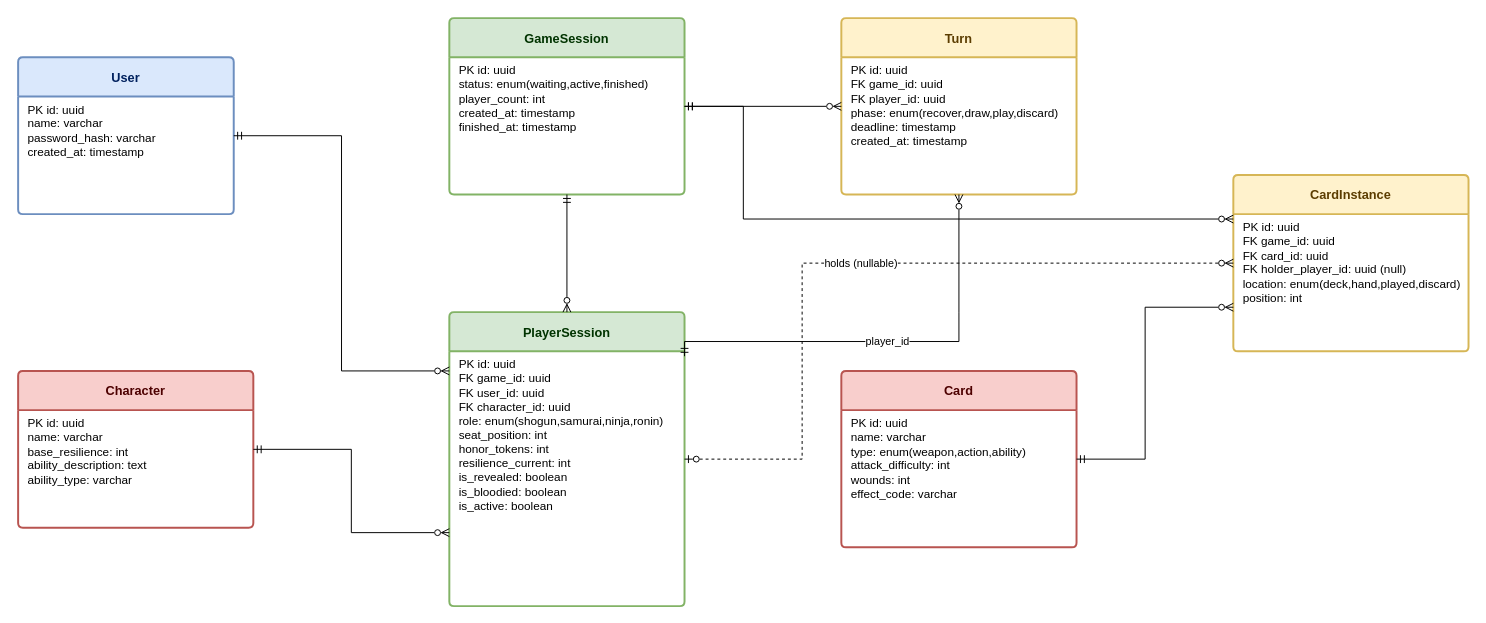
Earlier version of the draw.io diagram page "Bang-SamuraiSword-DB" (1 of 2) of Меч_самурая_er.drawio (Tor4narek/SamuraiSword). Source tidied: cells renumbered, new cells numbered last; positions are measured from the earlier drawing's top-left corner, leaving out a move shared by most shapes. Both pictures are drawn from the tidied source at 98%, with x=0, y=0 at pixel (18, 18).
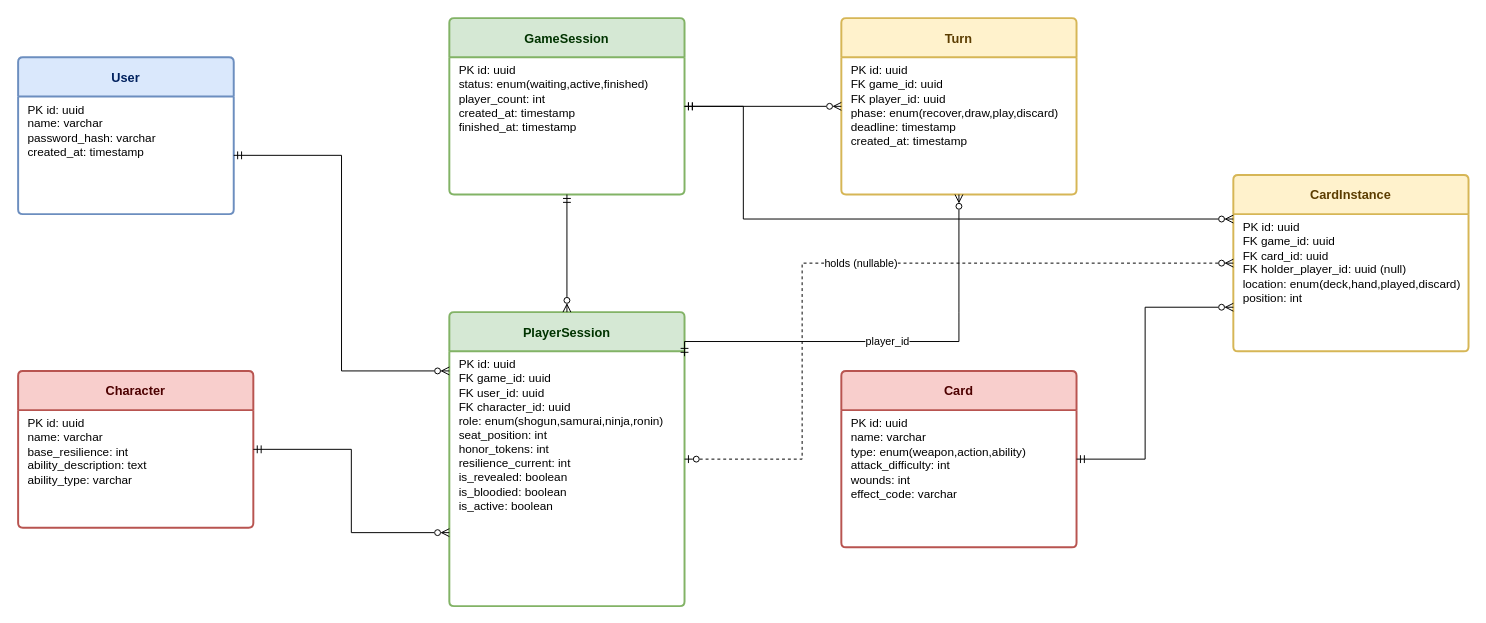
Above is the later version.

Unchanged cells that the change refers to:
```xml
<mxCell id="2" value="User" style="swimlane;horizontal=1;startSize=40;rounded=1;fontSize=13;fontStyle=1;strokeWidth=2;arcSize=4;fillColor=#dae8fc;strokeColor=#6c8ebf;fontColor=#00215e;" parent="1" vertex="1">
  <mxGeometry y="40" width="220" height="160" as="geometry" />
</mxCell>
<mxCell id="3" value="PK id: uuid&lt;br&gt;name: varchar&lt;br&gt;password_hash: varchar&lt;br&gt;created_at: timestamp" style="align=left;strokeColor=none;fillColor=none;spacingLeft=8;fontSize=12;verticalAlign=top;html=1;whiteSpace=wrap;" parent="2" vertex="1">
  <mxGeometry y="40" width="220" height="120" as="geometry" />
</mxCell>
<mxCell id="6" value="PlayerSession" style="swimlane;horizontal=1;startSize=40;rounded=1;fontSize=13;fontStyle=1;strokeWidth=2;arcSize=4;fillColor=#d5e8d4;strokeColor=#82b366;fontColor=#003300;" parent="1" vertex="1">
  <mxGeometry x="440" y="300" width="240" height="300" as="geometry" />
</mxCell>
```

Diff of the diagram source:
```diff
@@
-    <mxCell id="16" style="edgeStyle=orthogonalEdgeStyle;fontSize=11;html=1;endArrow=ERzeroToMany;startArrow=ERmandOne;startFill=0;endFill=0;rounded=0;exitX=1;exitY=0.5;exitDx=0;exitDy=0;entryX=0;entryY=0.2;entryDx=0;entryDy=0;" parent="1" edge="1" source="2" target="6">
+    <mxCell id="16" style="edgeStyle=orthogonalEdgeStyle;fontSize=11;html=1;endArrow=ERzeroToMany;startArrow=ERmandOne;startFill=0;endFill=0;rounded=0;entryX=0;entryY=0.2;entryDx=0;entryDy=0;" parent="1" edge="1" source="3" target="6">
       <mxGeometry relative="1" as="geometry" />
     </mxCell>
```
